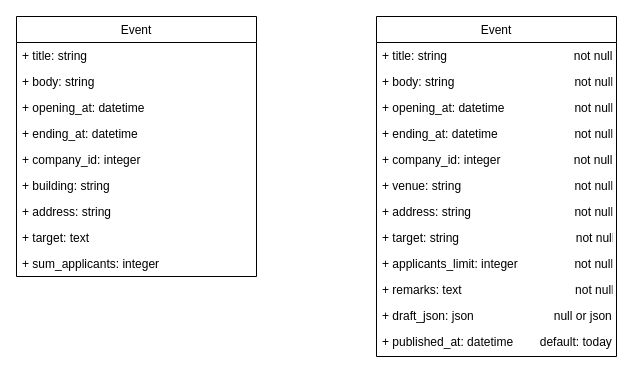
Earlier version of the draw.io diagram event.drawio (ucchy84/draw.io). Source tidied: cells renumbered, new cells numbered last; positions are measured from the earlier drawing's top-left corner, leaving out a move shared by most shapes. Both pictures are drawn from the tidied source at 100%, with x=0, y=0 at pixel (16, 16).
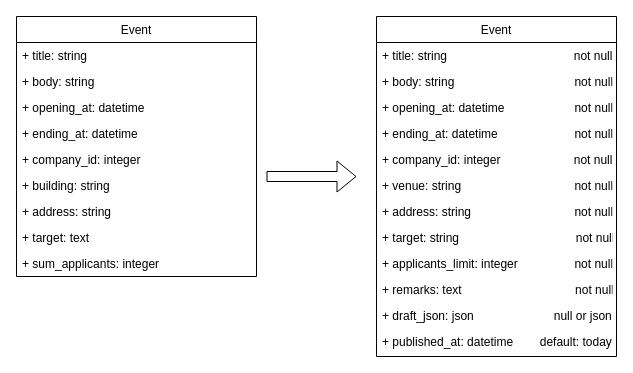
After the change.

The edit, as a diff of the source:
```diff
@@
+    <mxCell id="25" style="shape=flexArrow;endArrow=classic;html=1;" parent="1" edge="1">
+      <mxGeometry relative="1" as="geometry">
+        <mxPoint x="250" y="160" as="sourcePoint" />
+        <mxPoint x="340" y="160" as="targetPoint" />
+      </mxGeometry>
+    </mxCell>
```
